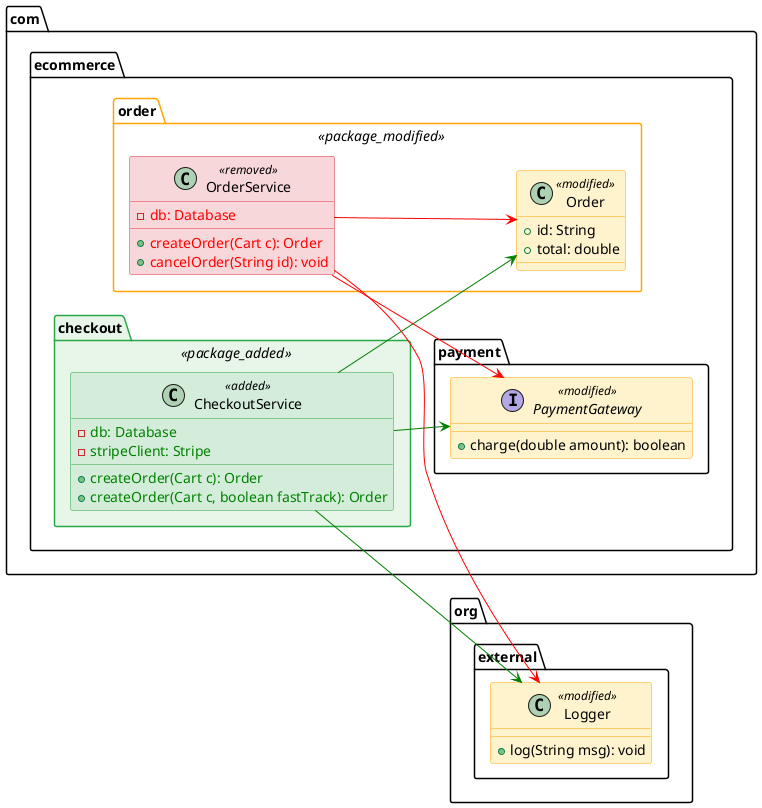
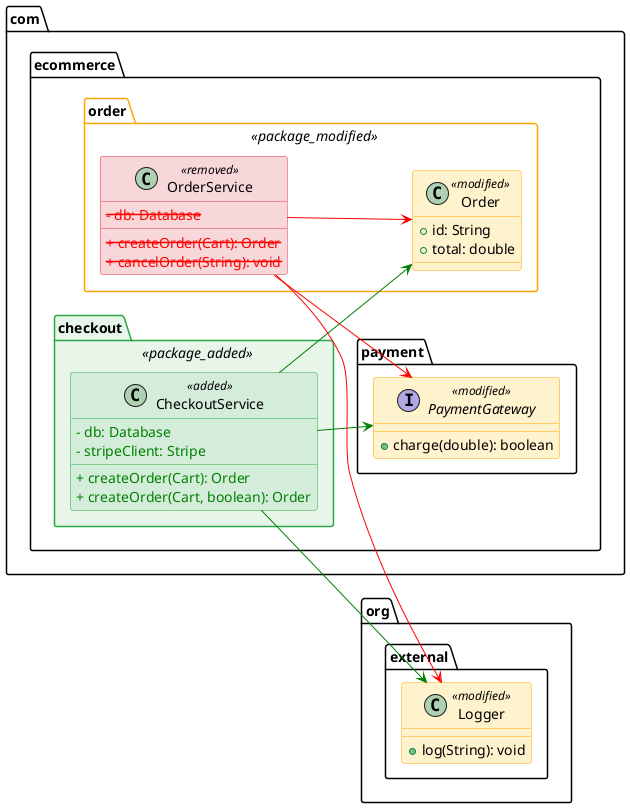
@startuml
left to right direction
skinparam linetype poly
skinparam nodesep 30
skinparam ranksep 30

<style>
  classDiagram {
    class {
      BackgroundColor transparent
      HeaderBackgroundColor transparent
      Shadowing 0
      FontName Arial
    }
    .added {
      BackgroundColor #D4EDDA
      LineColor #28A745
    }
    .removed {
      BackgroundColor #F8D7DA
      LineColor #DC3545
    }
    .modified {
      BackgroundColor #FFF3CD
      LineColor #FFA500
    }
    .moved {
      BackgroundColor #FFF3CD
      LineColor #FFA500
    }
    .impacted {
      BackgroundColor #F8F9FA
      LineColor #6C757D
      LineStyle 4
      FontColor #6C757D
    }
    .package_added {
      BackgroundColor #E8F5E9
      LineColor #28A745
    }
    .package_removed {
      BackgroundColor #FFEBEE
      LineColor #DC3545
    }
    .package_modified {
      BackgroundColor transparent
      LineColor #FFA500
    }
  }
</style>

package "com.ecommerce.checkout" <<package_added>> {
class "CheckoutService" as com.ecommerce.checkout.CheckoutService <<added>> {
-   - <color:green>db: Database</color>
-   - <color:green>stripeClient: Stripe</color>
-   + <color:green>createOrder(Cart c): Order</color>
-   + <color:green>createOrder(Cart c, boolean fastTrack): Order</color>
+   <color:green>- db: Database</color>
+   <color:green>- stripeClient: Stripe</color>
+   <color:green>+ createOrder(Cart): Order</color>
+   <color:green>+ createOrder(Cart, boolean): Order</color>
}
}

package "com.ecommerce.order" <<package_modified>> {
class "Order" as com.ecommerce.order.Order <<modified>> {
  + id: String
  + total: double
}
class "OrderService" as com.ecommerce.order.OrderService <<removed>> {
-   - <color:red>db: Database</color>
-   + <color:red>createOrder(Cart c): Order</color>
-   + <color:red>cancelOrder(String id): void</color>
+   <color:red><strike>- db: Database</strike></color>
+   <color:red><strike>+ createOrder(Cart): Order</strike></color>
+   <color:red><strike>+ cancelOrder(String): void</strike></color>
}
}

package "com.ecommerce.payment" {
interface "PaymentGateway" as com.ecommerce.payment.PaymentGateway <<modified>> {
-   + charge(double amount): boolean
+   + charge(double): boolean
}
}

package "org.external" {
class "Logger" as org.external.Logger <<modified>> {
-   + log(String msg): void
+   + log(String): void
}
}

com.ecommerce.checkout.CheckoutService -[#green]-> com.ecommerce.order.Order
com.ecommerce.checkout.CheckoutService -[#green]-> com.ecommerce.payment.PaymentGateway
com.ecommerce.checkout.CheckoutService -[#green]-> org.external.Logger
com.ecommerce.order.OrderService -[#red]-> com.ecommerce.order.Order
com.ecommerce.order.OrderService -[#red]-> com.ecommerce.payment.PaymentGateway
com.ecommerce.order.OrderService -[#red]-> org.external.Logger
@enduml